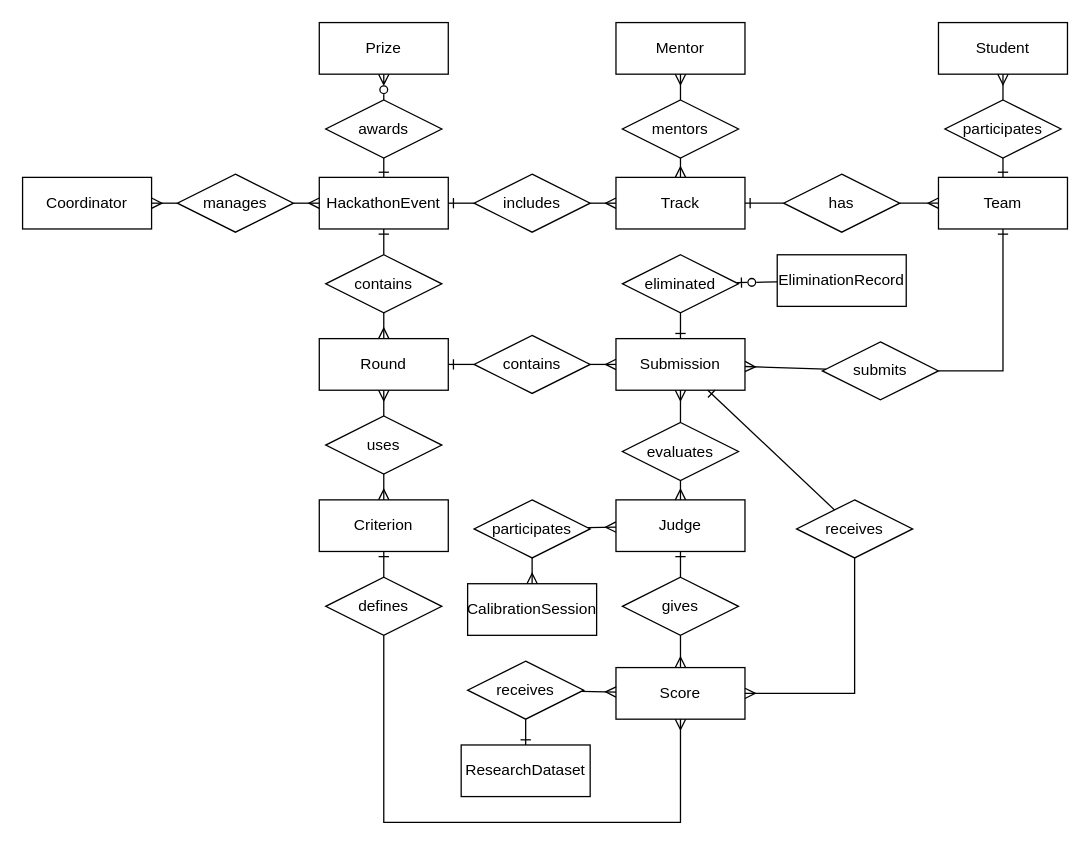
LamSongToan/SWP391_SE1946_G06_SU26SWP04_SEAL keeps this draw.io diagram as report-items/ConceptualModel/Conceptual Model.drawio. Above is the earlier version. Source tidied: cells renumbered, new cells numbered last; positions are measured from the earlier drawing's top-left corner, leaving out a move shared by most shapes. Both pictures are drawn from the tidied source at 129%, with x=0, y=0 at pixel (22, 22).
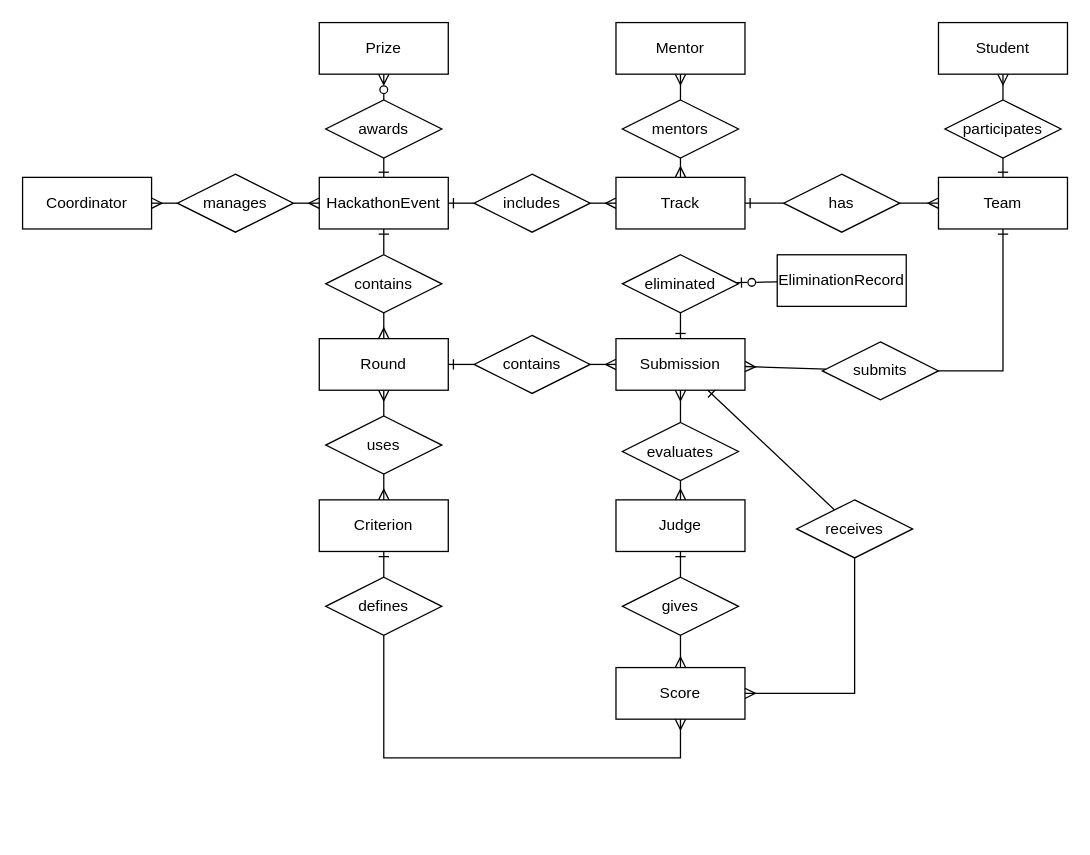
The same page after the edit.

Commit message (it also covers changes not shown here):
Update ERD schema with additional fields

The change refers to these unchanged cells:
```xml
<mxCell id="18" value="Judge" style="whiteSpace=wrap;html=1;align=center;" parent="1" vertex="1">
  <mxGeometry x="460" y="370" width="100" height="40" as="geometry" />
</mxCell>
<mxCell id="50" value="Score  " style="whiteSpace=wrap;html=1;align=center;" parent="1" vertex="1">
  <mxGeometry x="460" y="500" width="100" height="40" as="geometry" />
</mxCell>
<mxCell id="55" value="defines " style="shape=rhombus;perimeter=rhombusPerimeter;whiteSpace=wrap;html=1;align=center;" parent="1" vertex="1">
  <mxGeometry x="235" y="430" width="90" height="45" as="geometry" />
</mxCell>
```

Change to the diagram source:
```diff
@@
     <mxCell id="54" style="rounded=0;jettySize=auto;html=1;endArrow=ERmany;endFill=0;edgeStyle=orthogonalEdgeStyle;" parent="1" edge="1" source="55" target="50">
       <mxGeometry relative="1" as="geometry">
         <Array as="points">
-          <mxPoint x="280" y="620" />
-          <mxPoint x="510" y="620" />
+          <mxPoint x="280" y="570" />
+          <mxPoint x="510" y="570" />
         </Array>
       </mxGeometry>
     </mxCell>
@@
-    <mxCell id="60" style="rounded=0;jettySize=auto;html=1;endArrow=ERmany;endFill=0;" parent="1" edge="1" source="62" target="63">
-      <mxGeometry relative="1" as="geometry" />
-    </mxCell>
-    <mxCell id="61" style="rounded=0;jettySize=auto;html=1;endArrow=ERmany;endFill=0;" parent="1" edge="1" source="62" target="18">
-      <mxGeometry relative="1" as="geometry" />
-    </mxCell>
-    <mxCell id="62" value="participates" style="shape=rhombus;perimeter=rhombusPerimeter;whiteSpace=wrap;html=1;align=center;" parent="1" vertex="1">
-      <mxGeometry x="350" y="370" width="90" height="45" as="geometry" />
-    </mxCell>
-    <mxCell id="63" value="CalibrationSession" style="whiteSpace=wrap;html=1;align=center;" parent="1" vertex="1">
-      <mxGeometry x="345" y="435" width="100" height="40" as="geometry" />
-    </mxCell>
-    <mxCell id="64" value="ResearchDataset  " style="whiteSpace=wrap;html=1;align=center;" parent="1" vertex="1">
-      <mxGeometry x="340" y="560" width="100" height="40" as="geometry" />
-    </mxCell>
-    <mxCell id="65" style="rounded=0;jettySize=auto;html=1;endArrow=ERmany;endFill=0;" parent="1" edge="1" source="67" target="50">
-      <mxGeometry relative="1" as="geometry" />
-    </mxCell>
-    <mxCell id="66" style="rounded=0;jettySize=auto;html=1;endArrow=ERone;endFill=0;" parent="1" edge="1" source="67" target="64">
-      <mxGeometry relative="1" as="geometry" />
-    </mxCell>
-    <mxCell id="67" value="receives " style="shape=rhombus;perimeter=rhombusPerimeter;whiteSpace=wrap;html=1;align=center;" parent="1" vertex="1">
-      <mxGeometry x="345" y="495" width="90" height="45" as="geometry" />
-    </mxCell>
```
